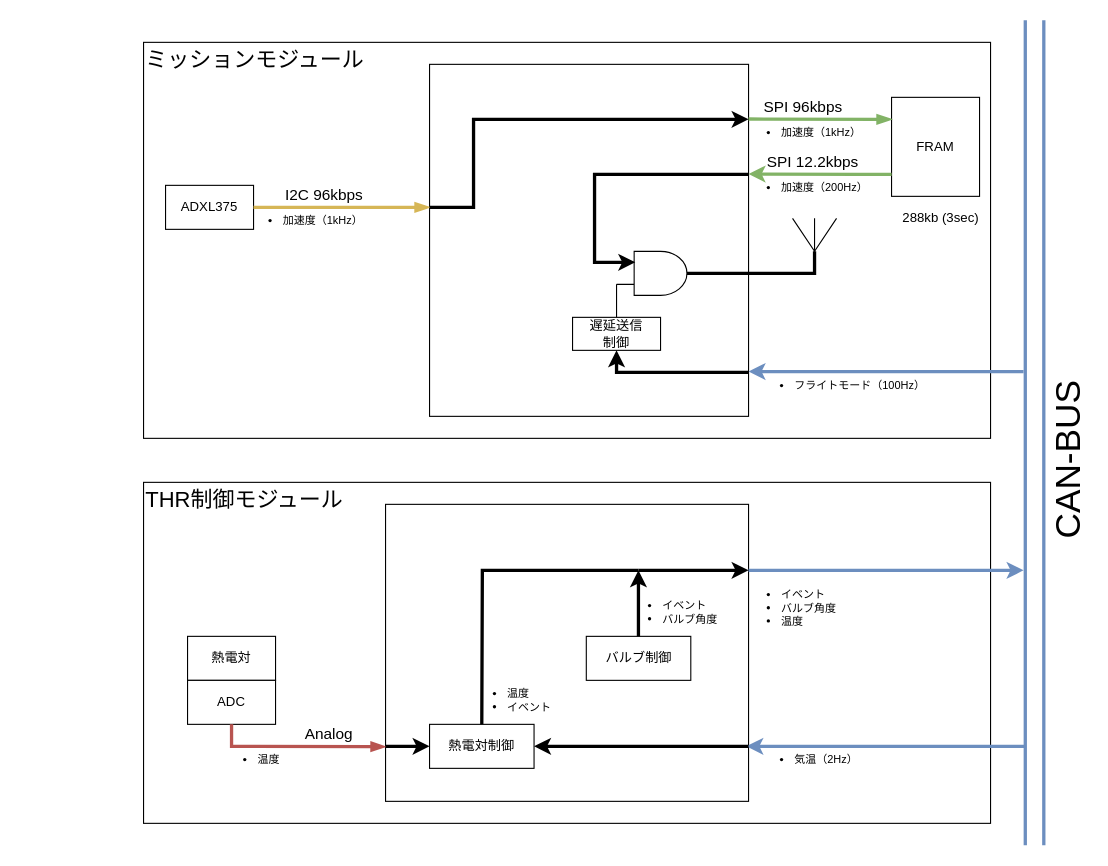
Earlier version of the draw.io diagram Documents/Materials/images/DataFlow2.drawio (tokai-student-rocket-project/H-58-Avionics). Source tidied: cells renumbered, new cells numbered last; positions are measured from the earlier drawing's top-left corner, leaving out a move shared by most shapes. Both pictures are drawn from the tidied source at 110%, with x=0, y=0 at pixel (19, 20).
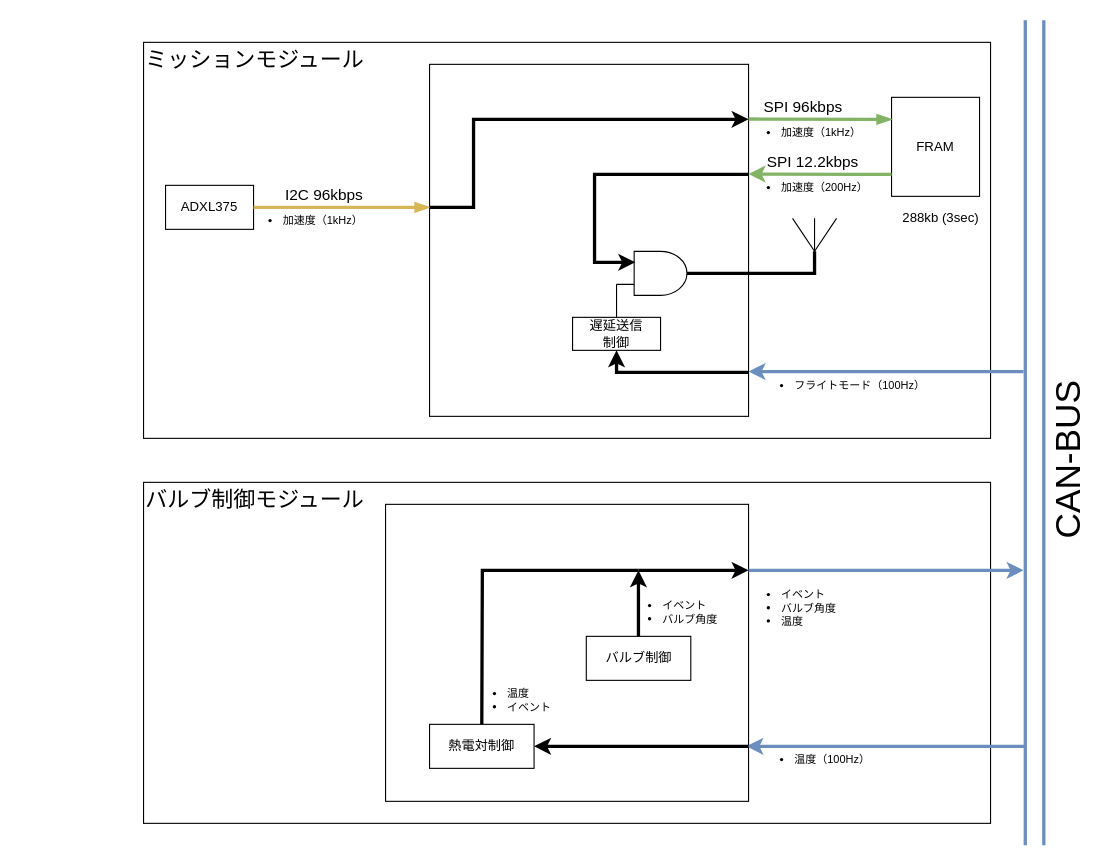
After the change.

Unchanged cells that the change refers to:
```xml
<mxCell id="27" value="熱電対制御" style="rounded=0;whiteSpace=wrap;html=1;" parent="1" vertex="1">
  <mxGeometry x="373" y="640" width="95" height="40" as="geometry" />
</mxCell>
```

The edit, as a diff of the source:
```diff
@@
-    <mxCell id="21" value="&lt;ul style=&quot;font-size: 10px;&quot;&gt;&lt;li style=&quot;font-size: 10px;&quot;&gt;気温（2Hz）&lt;/li&gt;&lt;/ul&gt;" style="text;html=1;strokeColor=none;fillColor=none;align=left;verticalAlign=top;whiteSpace=wrap;rounded=0;fontSize=10;labelPosition=right;verticalLabelPosition=bottom;" parent="1" vertex="1">
+    <mxCell id="21" value="&lt;ul style=&quot;font-size: 10px;&quot;&gt;&lt;li style=&quot;font-size: 10px;&quot;&gt;温度（100Hz）&lt;/li&gt;&lt;/ul&gt;" style="text;html=1;strokeColor=none;fillColor=none;align=left;verticalAlign=top;whiteSpace=wrap;rounded=0;fontSize=10;labelPosition=right;verticalLabelPosition=bottom;" parent="1" vertex="1">
       <mxGeometry x="488" y="630" width="175" height="20" as="geometry" />
     </mxCell>
@@
-    <mxCell id="30" value="熱電対" style="rounded=0;whiteSpace=wrap;html=1;" parent="1" vertex="1">
-      <mxGeometry x="153" y="560" width="80" height="40" as="geometry" />
-    </mxCell>
-    <mxCell id="31" value="ADC" style="rounded=0;whiteSpace=wrap;html=1;" parent="1" vertex="1">
-      <mxGeometry x="153" y="600" width="80" height="40" as="geometry" />
-    </mxCell>
-    <mxCell id="32" style="endArrow=blockThin;html=1;rounded=0;fillColor=#f8cecc;strokeColor=#b85450;strokeWidth=3;endFill=1;" parent="1" edge="1">
-      <mxGeometry relative="1" as="geometry">
-        <mxPoint x="193" y="640" as="sourcePoint" />
-        <mxPoint x="333" y="660.3" as="targetPoint" />
-        <Array as="points">
-          <mxPoint x="193" y="660" />
-        </Array>
-      </mxGeometry>
-    </mxCell>
-    <mxCell id="33" value="&lt;ul style=&quot;font-size: 10px;&quot;&gt;&lt;li style=&quot;font-size: 10px;&quot;&gt;温度&lt;/li&gt;&lt;/ul&gt;" style="text;html=1;strokeColor=none;fillColor=none;align=left;verticalAlign=top;whiteSpace=wrap;rounded=0;fontSize=10;labelPosition=right;verticalLabelPosition=bottom;" parent="1" vertex="1">
-      <mxGeometry y="630" width="175" height="20" as="geometry" />
-    </mxCell>
-    <mxCell id="34" value="Analog" style="text;html=1;strokeColor=none;fillColor=none;align=left;verticalAlign=bottom;whiteSpace=wrap;rounded=0;fontSize=14;labelPosition=right;verticalLabelPosition=top;" parent="1" vertex="1">
-      <mxGeometry x="83" y="660" width="175" height="20" as="geometry" />
-    </mxCell>
@@
-    <mxCell id="48" style="endArrow=classic;html=1;rounded=0;strokeWidth=3;endFill=1;startArrow=none;startFill=0;entryX=0;entryY=0.5;entryDx=0;entryDy=0;" parent="1" edge="1" target="27">
-      <mxGeometry relative="1" as="geometry">
-        <mxPoint x="333" y="660" as="sourcePoint" />
-      </mxGeometry>
-    </mxCell>
-    <mxCell id="49" value="THR制御モジュール" style="text;html=1;strokeColor=none;fillColor=none;align=left;verticalAlign=middle;whiteSpace=wrap;rounded=0;fontSize=20;" parent="1" vertex="1">
+    <mxCell id="49" value="バルブ制御モジュール" style="text;html=1;strokeColor=none;fillColor=none;align=left;verticalAlign=middle;whiteSpace=wrap;rounded=0;fontSize=20;" parent="1" vertex="1">
       <mxGeometry x="113" y="420" width="210" height="30" as="geometry" />
     </mxCell>
```
